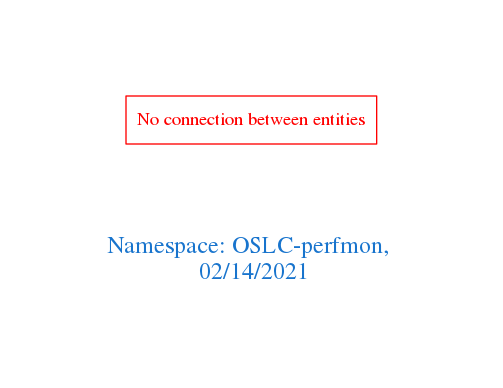
Before: downloads/OSLC-perfmon.png, a diagram exported from Graphviz (arago/OGIT). Its source is kept beside it as downloads/OSLC-perfmon.dot.
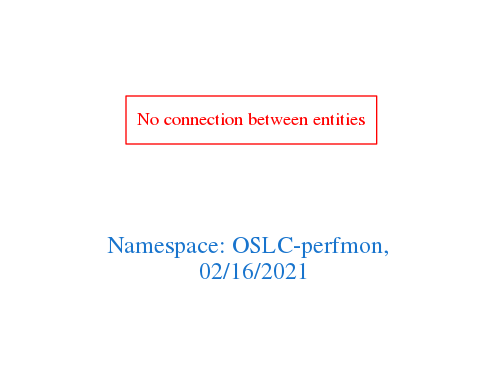
The same file after the commit.

What changed in the source:
```diff
@@ -1,7 +1,7 @@
 digraph OGIT_ontology {
  graph [ rankdir= LR,pad=1
 fontsize = 18,
-fontcolor= dodgerblue3,label = "\n\n\nNamespace: OSLC-perfmon, \n 02/14/2021"];
+fontcolor= dodgerblue3,label = "\n\n\nNamespace: OSLC-perfmon, \n 02/16/2021"];
 node[shape=polygon];
 edge [  color="gray81"];
 
```
